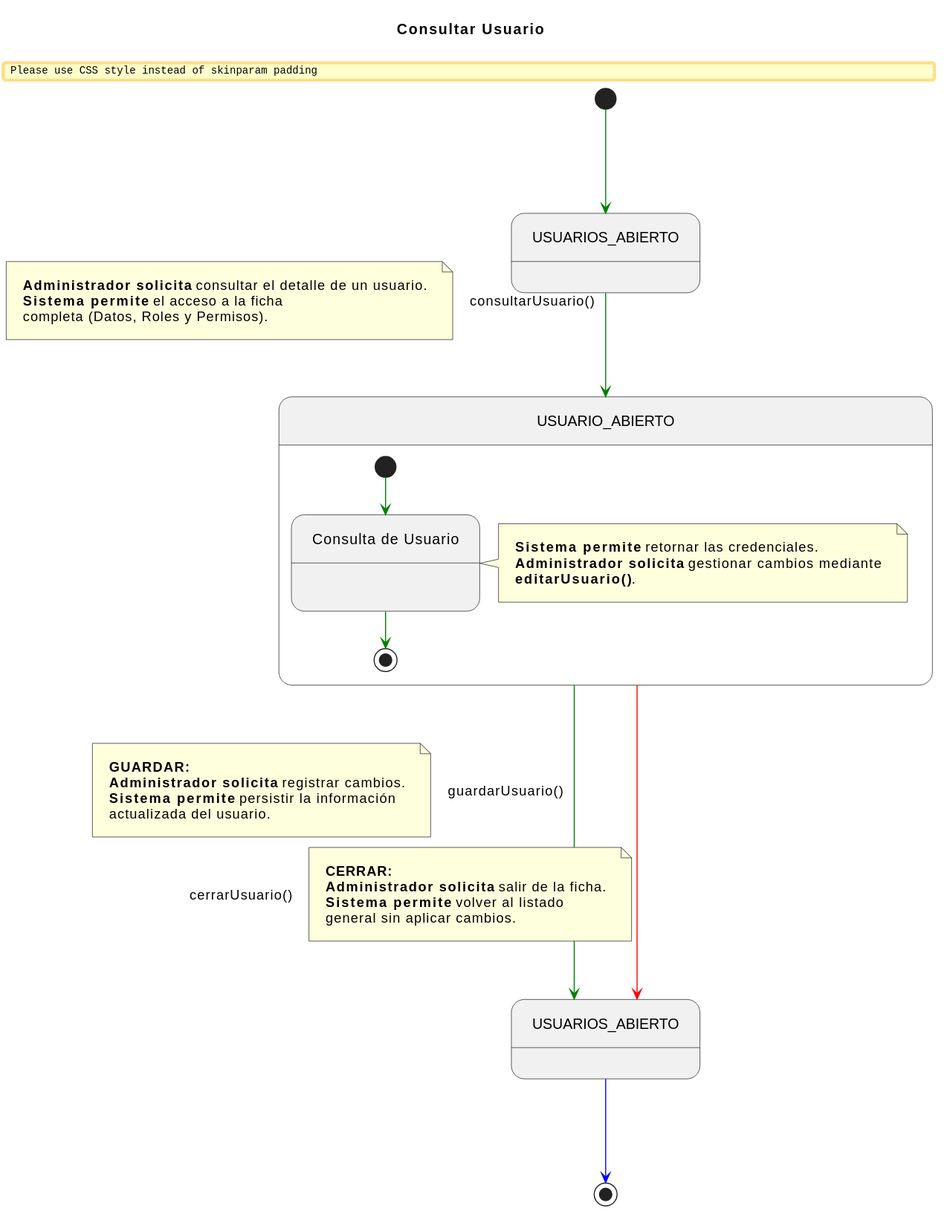
enmabry/25-26-IdSw1-SdR keeps this PlantUML diagram as documents/CasosDeUso/DetalladoCasosDeUso/Administrador/consultarUsuario.svg. Above is the earlier version. Its diagram source:
```plantuml
@startuml
title Consultar Usuario

skinparam nodesep 100
skinparam ranksep 100
skinparam linetype ortho
skinparam Padding 10

state USUARIOS_ABIERTO_INICIAL as "USUARIOS_ABIERTO"
state USUARIO_ABIERTO_COMP    as "USUARIO_ABIERTO"
state USUARIOS_ABIERTO_FINAL   as "USUARIOS_ABIERTO"

[*] -[#green]-> USUARIOS_ABIERTO_INICIAL

USUARIOS_ABIERTO_INICIAL -[#green]-> USUARIO_ABIERTO_COMP : consultarUsuario()
note left on link
    <b>Administrador solicita</b> consultar el detalle de un usuario.
    <b>Sistema permite</b> el acceso a la ficha
    completa (Datos, Roles y Permisos).
end note

state USUARIO_ABIERTO_COMP {
    state ConsultaDatos as "Consulta de Usuario"

    ConsultaDatos :

    [*] -[#green]-> ConsultaDatos

    note right of ConsultaDatos
        <b>Sistema permite</b> retornar las credenciales.
        <b>Administrador solicita</b> gestionar cambios mediante
        **editarUsuario()**.
    end note

    ConsultaDatos -[#green]-> [*]
}

USUARIO_ABIERTO_COMP -[#green]---> USUARIOS_ABIERTO_FINAL : guardarUsuario()
note left on link
    <b>GUARDAR:</b>
    <b>Administrador solicita</b> registrar cambios.
    <b>Sistema permite</b> persistir la información
    actualizada del usuario.
end note

USUARIO_ABIERTO_COMP -[#red]---> USUARIOS_ABIERTO_FINAL : cerrarUsuario()
note right on link
    <b>CERRAR:</b>
    <b>Administrador solicita</b> salir de la ficha.
    <b>Sistema permite</b> volver al listado
    general sin aplicar cambios.
end note

USUARIOS_ABIERTO_FINAL -[#blue]-> [*]
@enduml
```
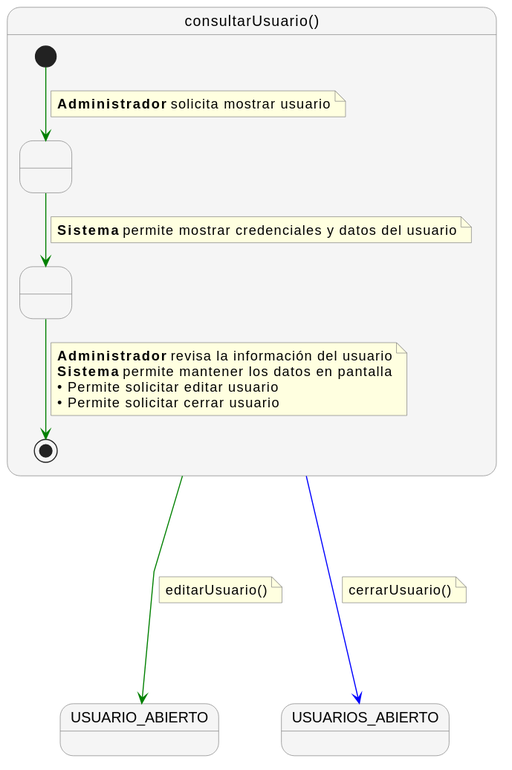
The same diagram one commit later.

Commit message:
Se actualizaron, los casos de uso de administrador.

Change to the diagram source:
```diff
@@ -1,55 +1,47 @@
 @startuml
-title Consultar Usuario
+skinparam nodesep 60
+skinparam ranksep 60
+skinparam linetype polyline
+skinparam NoteBackgroundColor lightyellow
+skinparam NoteBorderColor gray
+skinparam StateBackgroundColor #F5F5F5
+skinparam StateBorderColor gray
 
-skinparam nodesep 100
-skinparam ranksep 100
-skinparam linetype ortho
-skinparam Padding 10
+state "consultarUsuario()" as consultarUsuario {
 
-state USUARIOS_ABIERTO_INICIAL as "USUARIOS_ABIERTO"
-state USUARIO_ABIERTO_COMP    as "USUARIO_ABIERTO"
-state USUARIOS_ABIERTO_FINAL   as "USUARIOS_ABIERTO"
+    state " " as Paso1
+    state " " as Paso2
 
-[*] -[#green]-> USUARIOS_ABIERTO_INICIAL
+    [*] -[#green]-> Paso1
+    note on link
+      <b>Administrador</b> solicita mostrar usuario
+    end note
 
-USUARIOS_ABIERTO_INICIAL -[#green]-> USUARIO_ABIERTO_COMP : consultarUsuario()
-note left on link
-    <b>Administrador solicita</b> consultar el detalle de un usuario.
-    <b>Sistema permite</b> el acceso a la ficha
-    completa (Datos, Roles y Permisos).
+    Paso1 -[#green]-> Paso2
+    note on link
+      <b>Sistema</b> permite mostrar credenciales y datos del usuario
+    end note
+
+    Paso2 -[#green]-> [*]
+    note on link
+      <b>Administrador</b> revisa la información del usuario
+      <b>Sistema</b> permite mantener los datos en pantalla
+      • Permite solicitar editar usuario
+      • Permite solicitar cerrar usuario
+    end note
+}
+
+
+state "USUARIO_ABIERTO" as USUARIO_ABIERTO
+state "USUARIOS_ABIERTO" as USUARIOS_ABIERTO
+
+consultarUsuario -[#green]---> USUARIO_ABIERTO
+note right on link
+  editarUsuario()
 end note
 
-state USUARIO_ABIERTO_COMP {
-    state ConsultaDatos as "Consulta de Usuario"
-
-    ConsultaDatos :
-
-    [*] -[#green]-> ConsultaDatos
-
-    note right of ConsultaDatos
-        <b>Sistema permite</b> retornar las credenciales.
-        <b>Administrador solicita</b> gestionar cambios mediante
-        **editarUsuario()**.
-    end note
-
-    ConsultaDatos -[#green]-> [*]
-}
-
-USUARIO_ABIERTO_COMP -[#green]---> USUARIOS_ABIERTO_FINAL : guardarUsuario()
-note left on link
-    <b>GUARDAR:</b>
-    <b>Administrador solicita</b> registrar cambios.
-    <b>Sistema permite</b> persistir la información
-    actualizada del usuario.
+consultarUsuario -[#blue]---> USUARIOS_ABIERTO
+note right on link
+  cerrarUsuario()
 end note
-
-USUARIO_ABIERTO_COMP -[#red]---> USUARIOS_ABIERTO_FINAL : cerrarUsuario()
-note right on link
-    <b>CERRAR:</b>
-    <b>Administrador solicita</b> salir de la ficha.
-    <b>Sistema permite</b> volver al listado
-    general sin aplicar cambios.
-end note
-
-USUARIOS_ABIERTO_FINAL -[#blue]-> [*]
 @enduml
```
